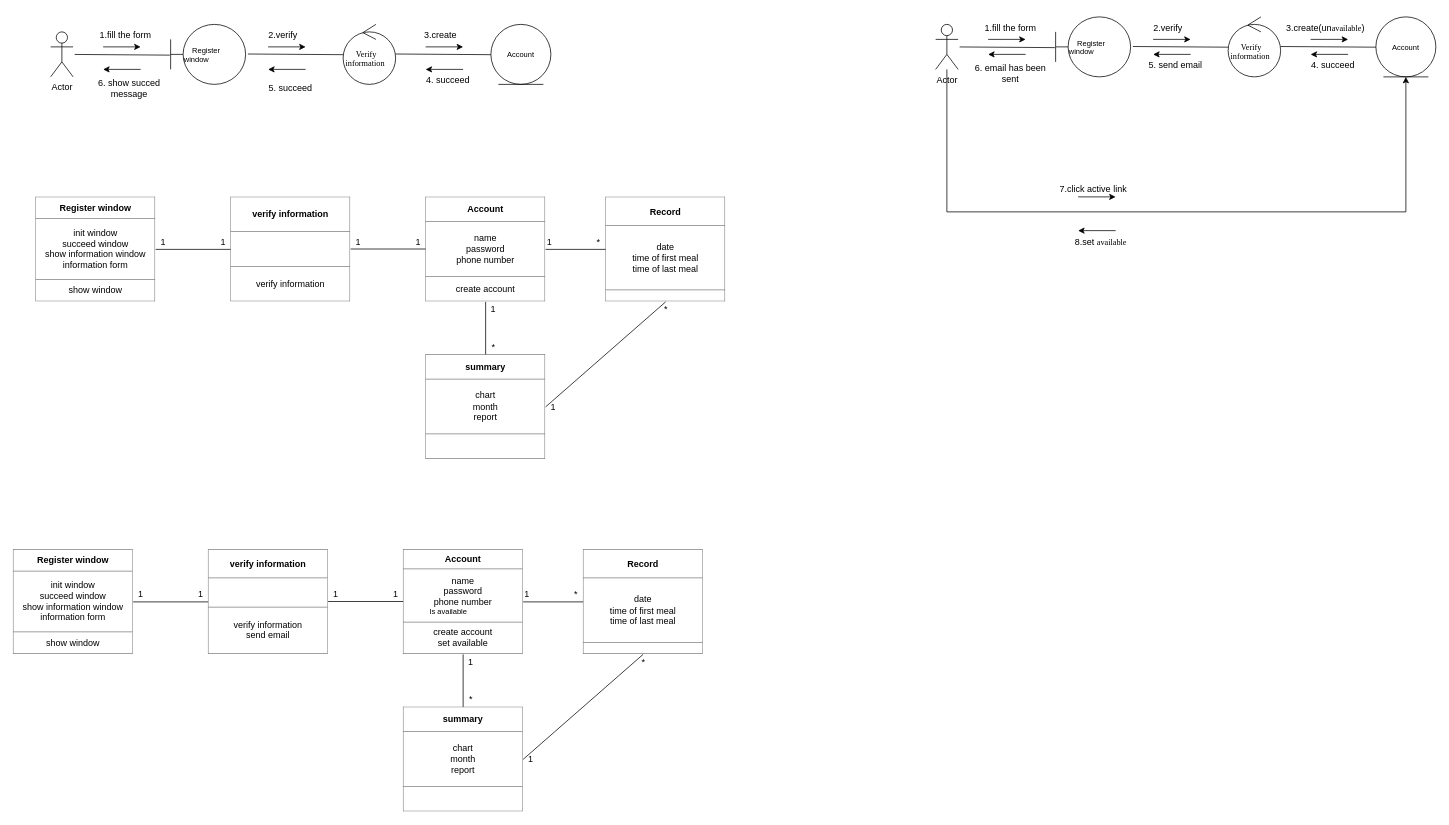
The draw.io diagram homework3.drawio in Adamlixi/adamblog.github.io, before the edit. Source tidied: cells renumbered, new cells numbered last; positions are measured from the earlier drawing's top-left corner, leaving out a move shared by most shapes. Both pictures are drawn from the tidied source at 75%, with x=0, y=0 at pixel (13, 16).
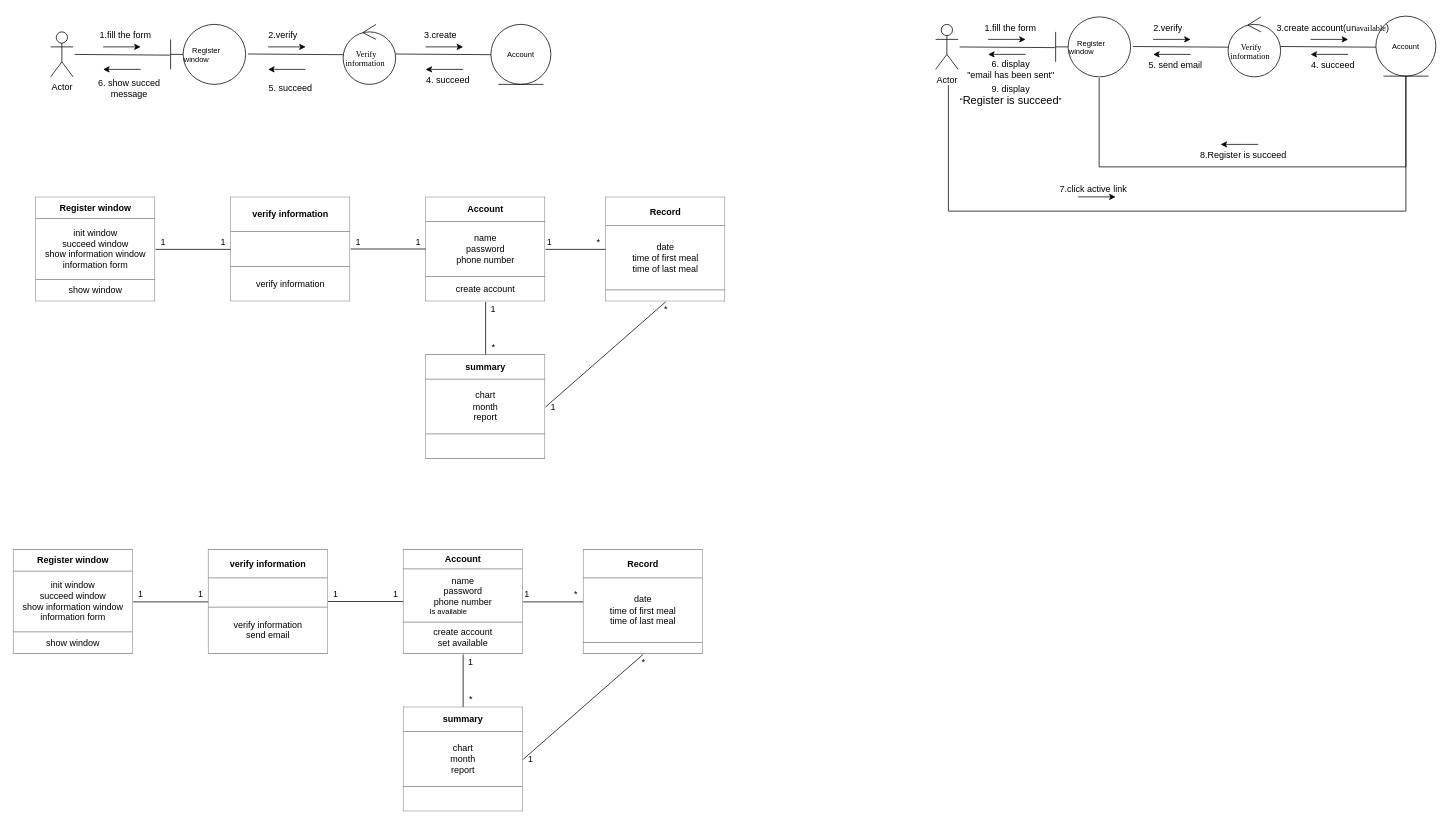
The same page after the edit.

The change refers to these unchanged cells:
```xml
<mxCell id="41" value="&lt;p style=&quot;margin: 0px; font-variant-numeric: normal; font-variant-east-asian: normal; font-stretch: normal; font-size: 10px; line-height: normal; font-family: &amp;quot;PingFang SC&amp;quot;; text-align: start;&quot; class=&quot;p1&quot;&gt;&amp;nbsp; &amp;nbsp; Register&amp;nbsp; &amp;nbsp; &amp;nbsp; &amp;nbsp; window&lt;/p&gt;" style="shape=umlBoundary;whiteSpace=wrap;html=1;" parent="1" vertex="1">
  <mxGeometry x="1390" width="100" height="80" as="geometry" />
</mxCell>
<mxCell id="45" value="Actor" style="shape=umlActor;verticalLabelPosition=bottom;verticalAlign=top;html=1;" parent="1" vertex="1">
  <mxGeometry x="1230" y="10" width="30" height="60" as="geometry" />
</mxCell>
```

What changed in the source:
```diff
@@
     <mxCell id="42" value="&lt;p style=&quot;margin: 0px; font-variant-numeric: normal; font-variant-east-asian: normal; font-stretch: normal; font-size: 10px; line-height: normal; font-family: &amp;quot;PingFang SC&amp;quot;; text-align: start;&quot; class=&quot;p1&quot;&gt;Account&lt;/p&gt;" style="ellipse;shape=umlEntity;whiteSpace=wrap;html=1;" parent="1" vertex="1">
-      <mxGeometry x="1817" width="80" height="80" as="geometry" />
+      <mxGeometry x="1817" y="-1" width="80" height="80" as="geometry" />
     </mxCell>
@@
-    <mxCell id="44" style="edgeStyle=orthogonalEdgeStyle;rounded=0;jettySize=auto;html=1;entryX=0.5;entryY=1;entryDx=0;entryDy=0;" parent="1" edge="1" source="45" target="42">
-      <mxGeometry relative="1" as="geometry">
-        <Array as="points">
-          <mxPoint x="1245" y="260" />
-          <mxPoint x="1857" y="260" />
-        </Array>
-      </mxGeometry>
-    </mxCell>
@@
-    <mxCell id="57" value="3.create(un&lt;span style=&quot;font-family: &amp;quot;Times New Roman&amp;quot;; font-size: 11px; text-align: start; background-color: initial;&quot;&gt;available&lt;/span&gt;&lt;span style=&quot;background-color: initial;&quot;&gt;)&lt;/span&gt;" style="text;html=1;strokeColor=none;fillColor=none;align=center;verticalAlign=middle;whiteSpace=wrap;rounded=0;" parent="1" vertex="1">
-      <mxGeometry x="1710" width="80" height="30" as="geometry" />
+    <mxCell id="57" value="3.create account(un&lt;span style=&quot;font-family: &amp;quot;Times New Roman&amp;quot;; font-size: 11px; text-align: start; background-color: initial;&quot;&gt;available&lt;/span&gt;&lt;span style=&quot;background-color: initial;&quot;&gt;)&lt;/span&gt;" style="text;html=1;strokeColor=none;fillColor=none;align=center;verticalAlign=middle;whiteSpace=wrap;rounded=0;" parent="1" vertex="1">
+      <mxGeometry x="1655" y="-5" width="210" height="40" as="geometry" />
     </mxCell>
@@
-    <mxCell id="60" value="6. email has been sent" style="text;html=1;strokeColor=none;fillColor=none;align=center;verticalAlign=middle;whiteSpace=wrap;rounded=0;" parent="1" vertex="1">
-      <mxGeometry x="1275" y="60" width="110" height="30" as="geometry" />
+    <mxCell id="60" value="6. display &lt;br&gt;&quot;email has been sent&quot;" style="text;html=1;strokeColor=none;fillColor=none;align=center;verticalAlign=middle;whiteSpace=wrap;rounded=0;" parent="1" vertex="1">
+      <mxGeometry x="1262.5" y="55" width="135" height="30" as="geometry" />
     </mxCell>
@@
     <mxCell id="63" style="endArrow=classic;html=1;rounded=0;" parent="1" edge="1">
       <mxGeometry relative="1" as="geometry">
-        <mxPoint x="1470" y="285" as="sourcePoint" />
-        <mxPoint x="1420" y="285" as="targetPoint" />
+        <mxPoint x="1660" y="170" as="sourcePoint" />
+        <mxPoint x="1610" y="170" as="targetPoint" />
       </mxGeometry>
     </mxCell>
-    <mxCell id="64" value="8.set&amp;nbsp;&lt;span style=&quot;font-family: &amp;quot;Times New Roman&amp;quot;; font-size: 11px; text-align: start; background-color: initial;&quot;&gt;available&lt;/span&gt;" style="text;html=1;align=center;verticalAlign=middle;strokeColor=none;fillColor=none;" parent="1" vertex="1">
-      <mxGeometry x="1400" y="285" width="100" height="30" as="geometry" />
+    <mxCell id="64" value="8.Register is succeed" style="text;html=1;align=center;verticalAlign=middle;strokeColor=none;fillColor=none;" parent="1" vertex="1">
+      <mxGeometry x="1570" y="170" width="140" height="30" as="geometry" />
     </mxCell>
@@
+    <mxCell id="85" style="endArrow=none;html=1;rounded=0;exitX=0.5;exitY=1;exitDx=0;exitDy=0;" parent="1" edge="1">
+      <mxGeometry relative="1" as="geometry">
+        <mxPoint x="1857" y="79" as="sourcePoint" />
+        <mxPoint x="1247" y="91" as="targetPoint" />
+        <Array as="points">
+          <mxPoint x="1857" y="259" />
+          <mxPoint x="1247" y="259" />
+        </Array>
+      </mxGeometry>
+    </mxCell>
+    <mxCell id="86" style="endArrow=none;html=1;rounded=0;entryX=0.58;entryY=1.019;entryDx=0;entryDy=0;entryPerimeter=0;edgeStyle=orthogonalEdgeStyle;exitX=0.5;exitY=1;exitDx=0;exitDy=0;" parent="1" edge="1" source="42" target="41">
+      <mxGeometry relative="1" as="geometry">
+        <Array as="points">
+          <mxPoint x="1857" y="200" />
+          <mxPoint x="1448" y="200" />
+        </Array>
+      </mxGeometry>
+    </mxCell>
+    <mxCell id="87" value="9. display&lt;br&gt;“&lt;span style=&quot;font-family: TimesNewRomanPSMT; font-size: 11pt; background-color: rgb(255, 255, 255);&quot;&gt;Register is succeed&lt;/span&gt;”" style="text;html=1;align=center;verticalAlign=middle;strokeColor=none;fillColor=none;" parent="1" vertex="1">
+      <mxGeometry x="1260" y="79" width="140" height="50" as="geometry" />
+    </mxCell>
```
